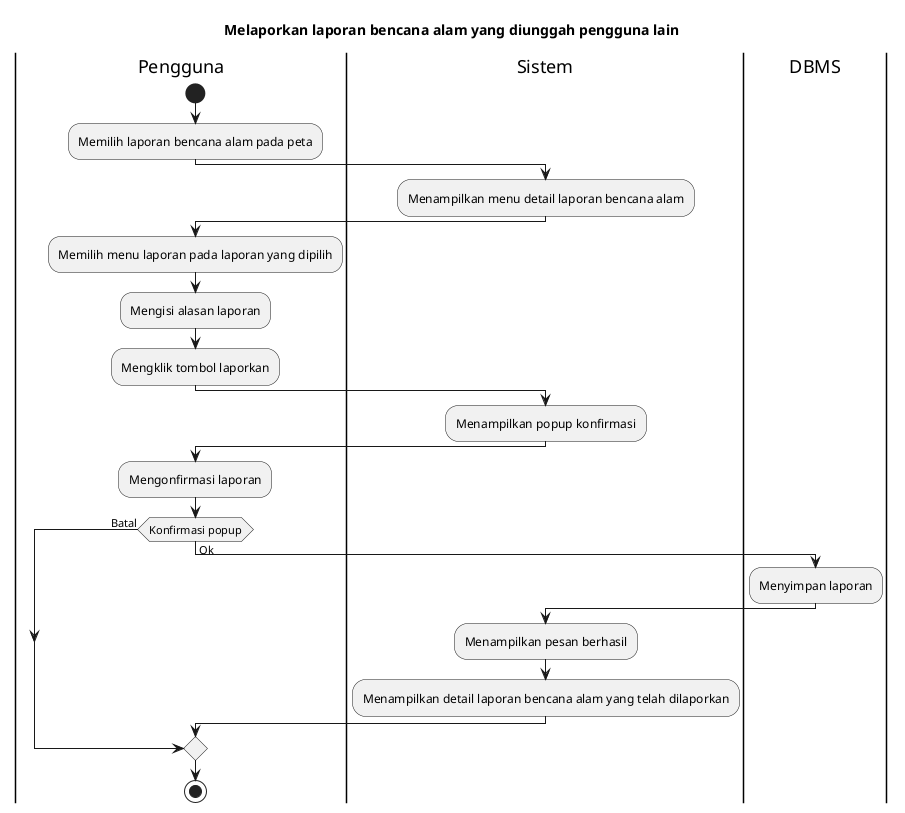
bagusNA/appl-diagrams keeps this PlantUML diagram as export/Activity Diagrams/UC-MAP - Peta Bencana/UC-MAP-021 - Melaporkan laporan bencana alam yang diunggah pengguna lain.png. Above is the earlier version.
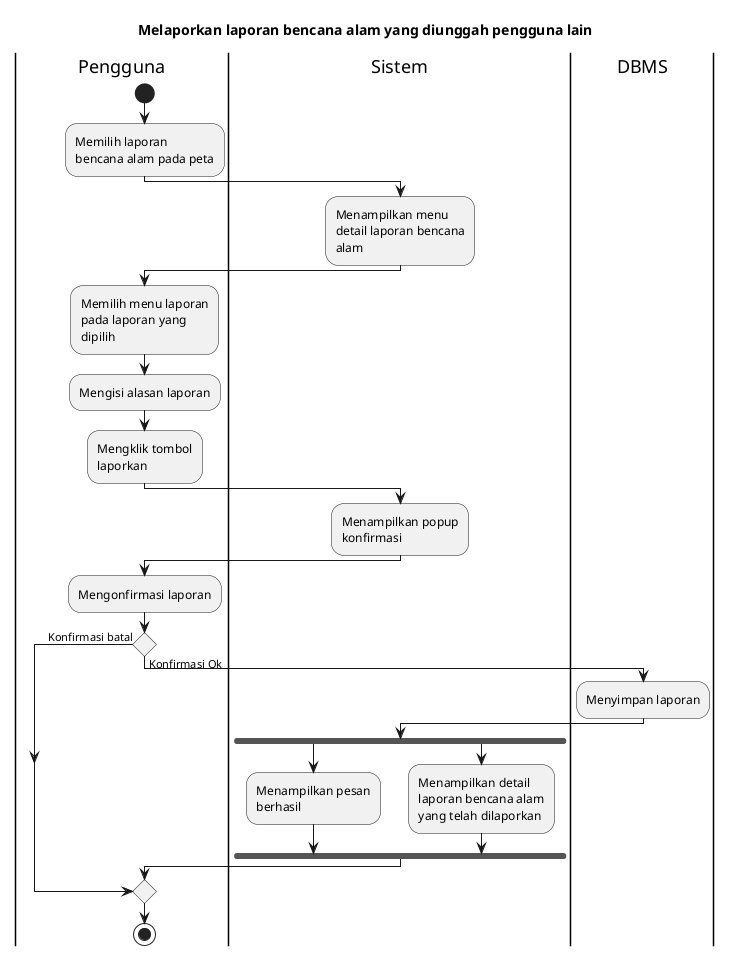
The same diagram one commit later.

The edit, as a diff of the source:
```diff
@@ -1,4 +1,6 @@
 @startuml
+skinparam wrapWidth 140
+
 title Melaporkan laporan bencana alam yang diunggah pengguna lain
 
 |Pengguna|
@@ -19,14 +21,17 @@
 |Pengguna|
 :Mengonfirmasi laporan;
 
-if (Konfirmasi popup) then (Batal)
-else (Ok)
+if () then (Konfirmasi batal)
+else (Konfirmasi Ok)
   |DBMS|
   :Menyimpan laporan;
 
   |Sistem|
-  :Menampilkan pesan berhasil;
-  :Menampilkan detail laporan bencana alam yang telah dilaporkan;
+  fork
+    :Menampilkan pesan berhasil;
+  fork again
+    :Menampilkan detail laporan bencana alam yang telah dilaporkan;
+  endfork
 endif
 
 |Pengguna|
```
